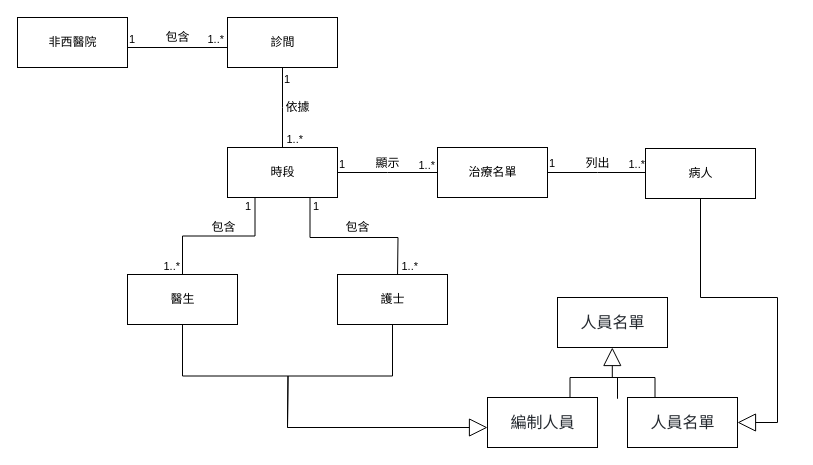
T-24135518/110-2HW2 keeps this draw.io diagram as Clinic.drawio. Above is the earlier version. Source tidied: cells renumbered, new cells numbered last; positions are measured from the earlier drawing's top-left corner, leaving out a move shared by most shapes. Both pictures are drawn from the tidied source at 100%, with x=0, y=0 at pixel (17, 17).
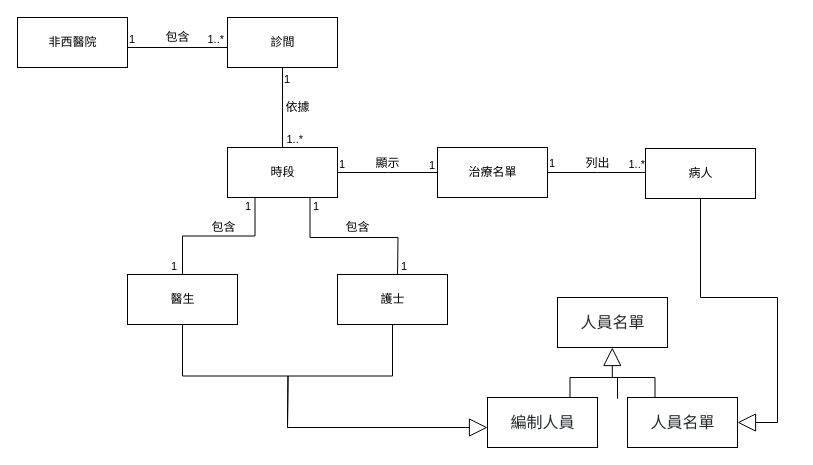
Above is the later version.

The edit, as a diff of the source:
```diff
@@
-    <mxCell id="16" value="1..*" style="edgeLabel;html=1;align=right;verticalAlign=bottom;" parent="1" vertex="1">
-      <mxGeometry x="163" y="257" as="geometry" />
+    <mxCell id="16" value="1" style="edgeLabel;html=1;align=right;verticalAlign=bottom;" parent="1" vertex="1">
+      <mxGeometry x="160" y="257" as="geometry" />
     </mxCell>
@@
-    <mxCell id="23" value="1..*" style="edgeLabel;html=1;align=right;verticalAlign=bottom;" parent="1" vertex="1">
-      <mxGeometry x="401" y="257" as="geometry" />
+    <mxCell id="23" value="1" style="edgeLabel;html=1;align=right;verticalAlign=bottom;" parent="1" vertex="1">
+      <mxGeometry x="390" y="257" as="geometry" />
     </mxCell>
@@
-    <mxCell id="28" value="1..*" style="edgeLabel;html=1;align=right;verticalAlign=bottom;" parent="1" vertex="1">
+    <mxCell id="28" value="1" style="edgeLabel;html=1;align=right;verticalAlign=bottom;" parent="1" vertex="1">
       <mxGeometry x="418" y="156" as="geometry" />
     </mxCell>
```
